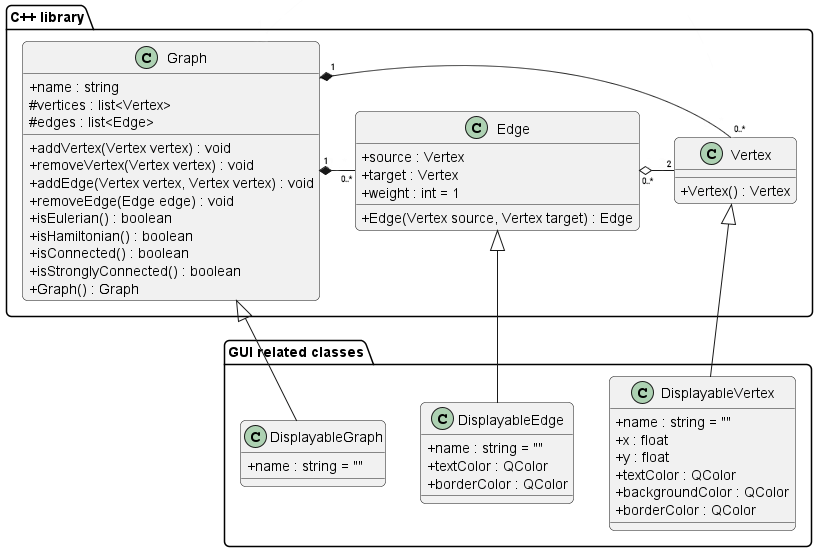
This is docs/diagrams/class_diagram/class_diagram.png from joflucki/graphpp, a PlantUML export, as it was before one commit. Its source is kept beside it as docs/diagrams/class_diagram/class_diagram.puml.
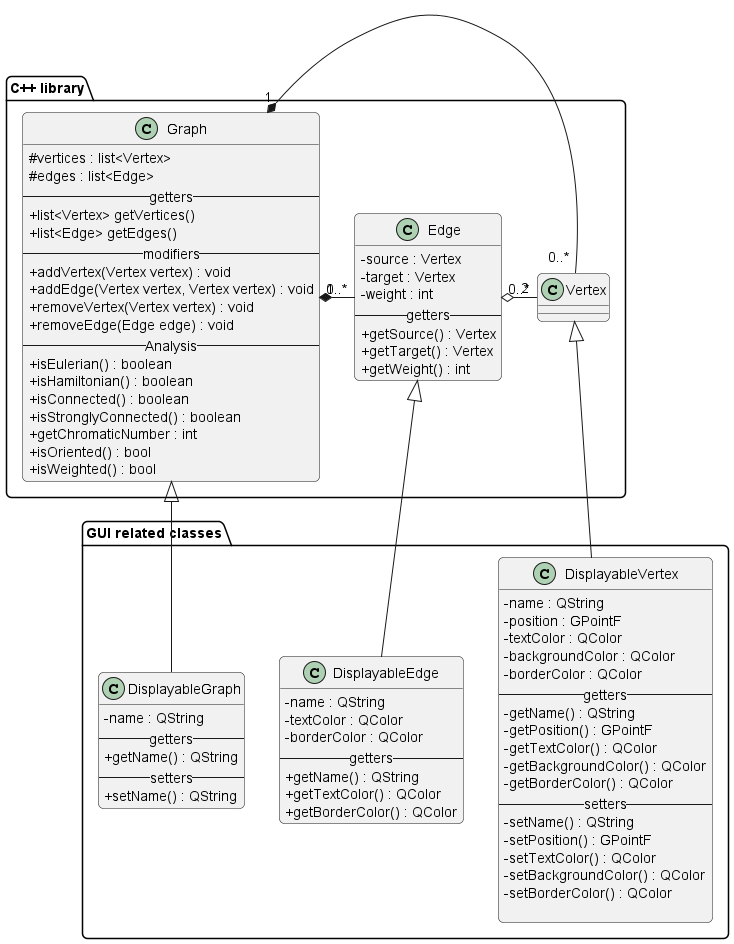
After the change.

Commit message:
Updated class diagram

What changed in the source:
```diff
@@ -1,33 +1,41 @@
-@startuml Graph++ Class Diagram
+@startuml class_diagram
 skinparam {
     classAttributeIconSize 0
     RoundCorner 10
 }
 package "C++ library" {
     class Graph {
-        +name : string
         #vertices : list<Vertex>
         #edges : list<Edge>
+        --getters--
+        +list<Vertex> getVertices()
+        +list<Edge> getEdges()
+        --modifiers--
         +addVertex(Vertex vertex) : void
+        +addEdge(Vertex vertex, Vertex vertex) : void
         +removeVertex(Vertex vertex) : void
-        +addEdge(Vertex vertex, Vertex vertex) : void
         +removeEdge(Edge edge) : void
+        --Analysis--
         +isEulerian() : boolean
         +isHamiltonian() : boolean
         +isConnected() : boolean
         +isStronglyConnected() : boolean
-        +Graph() : Graph
+        +getChromaticNumber : int
+        +isOriented() : bool
+        +isWeighted() : bool
     }
 
     class Edge {
-        +source : Vertex
-        +target : Vertex
-        +weight : int = 1
-        +Edge(Vertex source, Vertex target) : Edge
+        -source : Vertex
+        -target : Vertex
+        -weight : int
+        --getters--
+        +getSource() : Vertex
+        +getTarget() : Vertex
+        +getWeight() : int
     }
 
     class Vertex{
-        +Vertex() : Vertex
     }
 
     Vertex "2" -l-o "0..*" Edge
@@ -37,20 +45,40 @@
 
 package "GUI related classes"{
     class DisplayableVertex {
-        +name : string = ""
-        +x : float
-        +y : float
-        +textColor : QColor
-        +backgroundColor : QColor
-        +borderColor : QColor
+        -name : QString
+        -position : GPointF
+        -textColor : QColor
+        -backgroundColor : QColor
+        -borderColor : QColor
+        --getters--
+        -getName() : QString
+        -getPosition() : GPointF
+        -getTextColor() : QColor
+        -getBackgroundColor() : QColor
+        -getBorderColor() : QColor
+        --setters--
+        -setName() : QString
+        -setPosition() : GPointF
+        -setTextColor() : QColor
+        -setBackgroundColor() : QColor
+        -setBorderColor() : QColor
+
     }
     class DisplayableGraph {
-        +name : string = ""
+        -name : QString
+        --getters--
+        +getName() : QString
+        --setters--
+        +setName() : QString
     }
     class DisplayableEdge {
-        +name : string = ""
-        +textColor : QColor
-        +borderColor : QColor
+        -name : QString
+        -textColor : QColor
+        -borderColor : QColor
+        --getters--
+        +getName() : QString
+        +getTextColor() : QColor
+        +getBorderColor() : QColor
     }
 
 }
```
